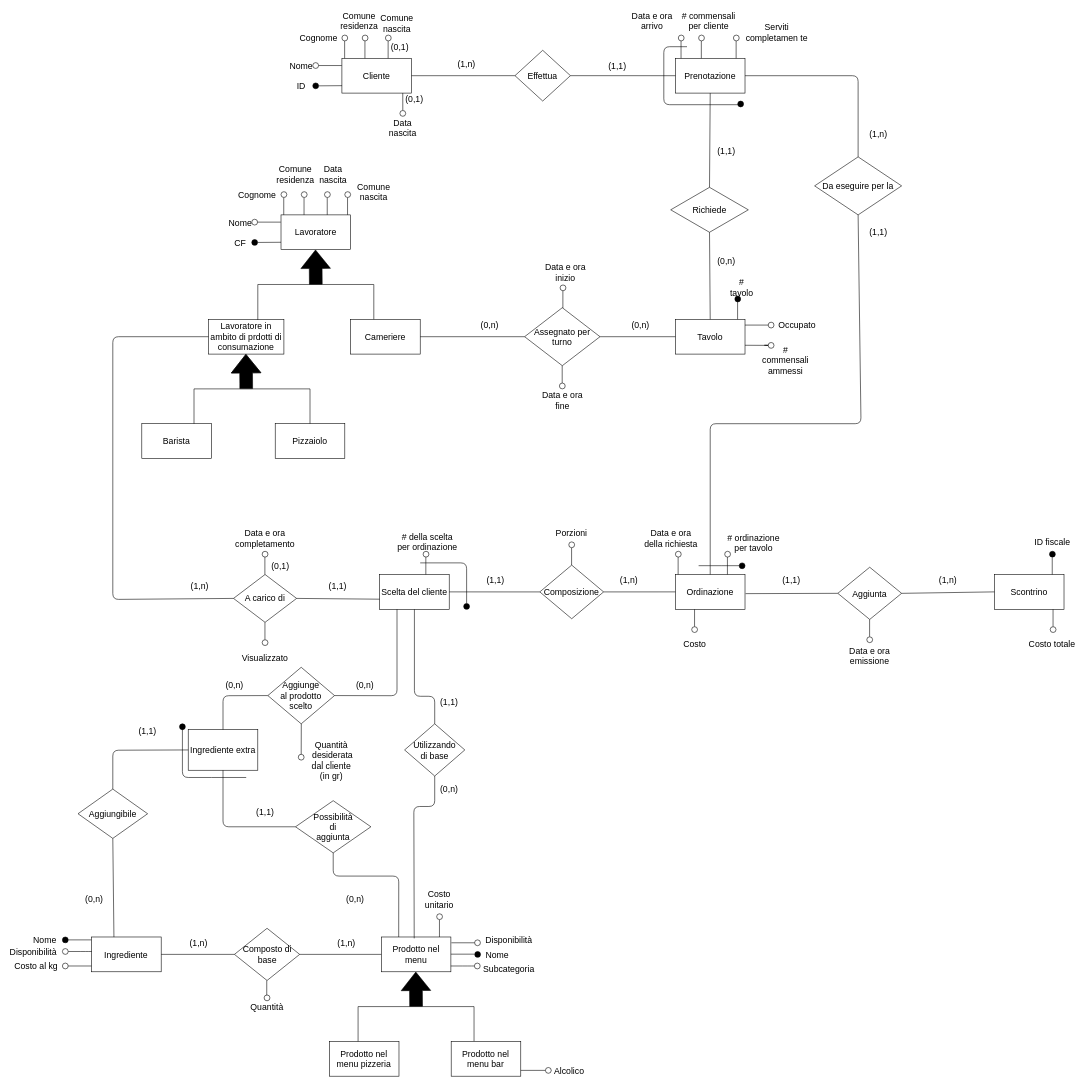
Earlier version of the draw.io diagram ERD/ERD_EditableDiagram.drawio (StefanoBelli/pizzeria). Source tidied: cells renumbered, new cells numbered last; positions are measured from the earlier drawing's top-left corner, leaving out a move shared by most shapes. Both pictures are drawn from the tidied source at 58%, with x=0, y=0 at pixel (10, 14).
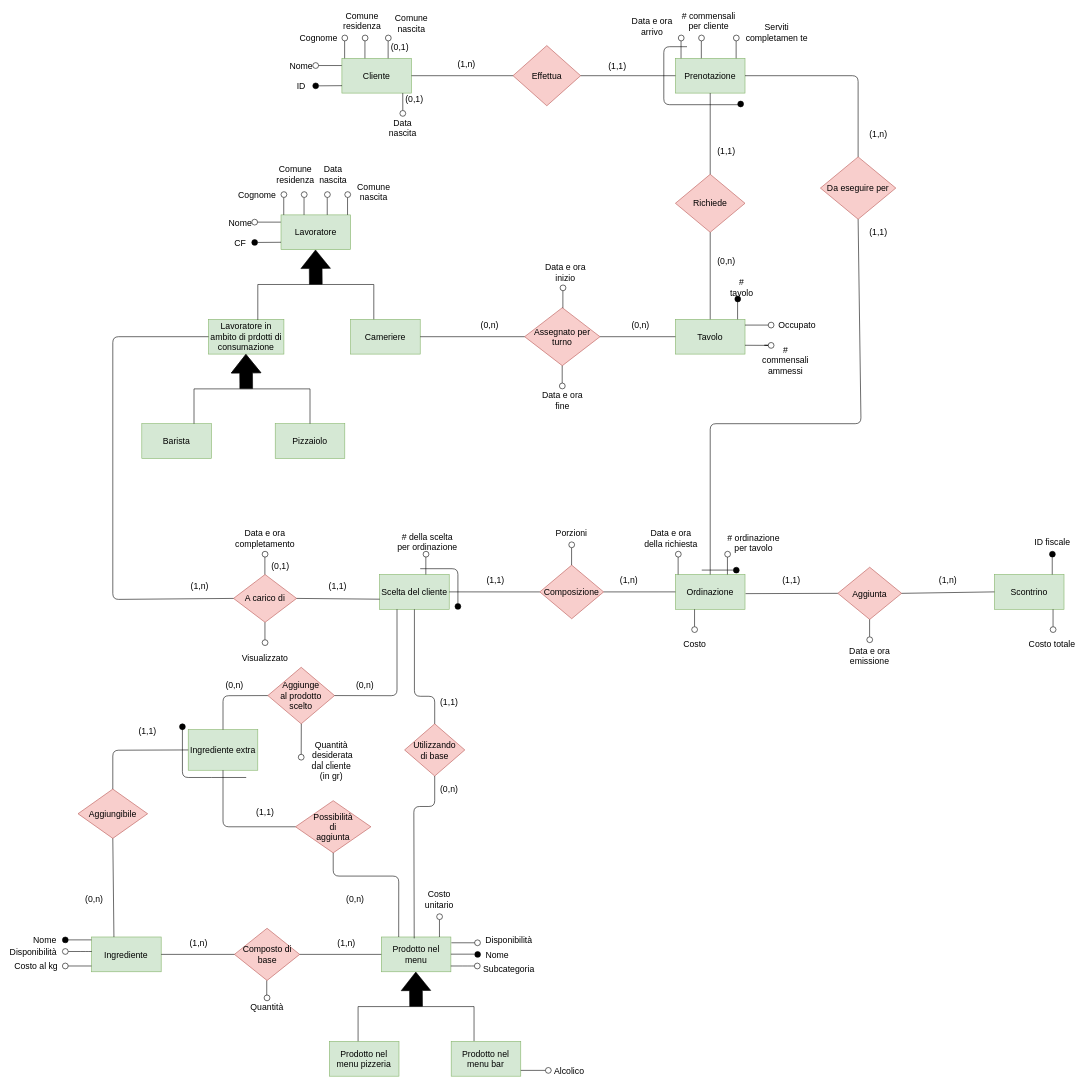
Above is the later version.

What changed in the source:
```diff
@@
-    <mxCell id="2" value="Cliente" style="rounded=0;whiteSpace=wrap;html=1;fontSize=15;" parent="1" vertex="1">
+    <mxCell id="2" value="Cliente" style="rounded=0;whiteSpace=wrap;html=1;fontSize=15;fillColor=#d5e8d4;strokeColor=#82b366;" parent="1" vertex="1">
       <mxGeometry x="572" y="75" width="120" height="60" as="geometry" />
     </mxCell>
-    <mxCell id="3" value="Effettua" style="rhombus;whiteSpace=wrap;html=1;fontSize=15;" parent="1" vertex="1">
-      <mxGeometry x="870.4" y="61.2" width="95.6" height="87.5" as="geometry" />
+    <mxCell id="3" value="Effettua" style="rhombus;whiteSpace=wrap;html=1;fontSize=15;fillColor=#f8cecc;strokeColor=#b85450;" parent="1" vertex="1">
+      <mxGeometry x="867" y="53.1" width="116.6" height="103.8" as="geometry" />
     </mxCell>
-    <mxCell id="4" value="Prenotazione" style="rounded=0;whiteSpace=wrap;html=1;strokeWidth=1;fontSize=15;" parent="1" vertex="1">
+    <mxCell id="4" value="Prenotazione" style="rounded=0;whiteSpace=wrap;html=1;strokeWidth=1;fontSize=15;fillColor=#d5e8d4;strokeColor=#82b366;" parent="1" vertex="1">
       <mxGeometry x="1147" y="75" width="120" height="60" as="geometry" />
     </mxCell>
-    <mxCell id="5" value="Richiede" style="rhombus;whiteSpace=wrap;html=1;fontSize=15;" parent="1" vertex="1">
-      <mxGeometry x="1138.9" y="297.5" width="133.8" height="77.5" as="geometry" />
+    <mxCell id="5" value="Richiede" style="rhombus;whiteSpace=wrap;html=1;fontSize=15;fillColor=#f8cecc;strokeColor=#b85450;" parent="1" vertex="1">
+      <mxGeometry x="1147" y="275" width="120" height="100" as="geometry" />
     </mxCell>
-    <mxCell id="6" value="Tavolo" style="rounded=0;whiteSpace=wrap;html=1;fontSize=15;" parent="1" vertex="1">
+    <mxCell id="6" value="Tavolo" style="rounded=0;whiteSpace=wrap;html=1;fontSize=15;fillColor=#d5e8d4;strokeColor=#82b366;" parent="1" vertex="1">
       <mxGeometry x="1147" y="525" width="120" height="60" as="geometry" />
     </mxCell>
-    <mxCell id="7" value="Assegnato per turno" style="rhombus;whiteSpace=wrap;html=1;fontSize=15;" parent="1" vertex="1">
+    <mxCell id="7" value="Assegnato per turno" style="rhombus;whiteSpace=wrap;html=1;fontSize=15;fillColor=#f8cecc;strokeColor=#b85450;" parent="1" vertex="1">
       <mxGeometry x="887" y="505" width="130" height="100" as="geometry" />
     </mxCell>
-    <mxCell id="8" value="Cameriere" style="rounded=0;whiteSpace=wrap;html=1;fontSize=15;" parent="1" vertex="1">
+    <mxCell id="8" value="Cameriere" style="rounded=0;whiteSpace=wrap;html=1;fontSize=15;fillColor=#d5e8d4;strokeColor=#82b366;" parent="1" vertex="1">
       <mxGeometry x="587" y="525" width="120" height="60" as="geometry" />
     </mxCell>
-    <mxCell id="9" value="Lavoratore" style="rounded=0;whiteSpace=wrap;html=1;fontSize=15;" parent="1" vertex="1">
+    <mxCell id="9" value="Lavoratore" style="rounded=0;whiteSpace=wrap;html=1;fontSize=15;fillColor=#d5e8d4;strokeColor=#82b366;" parent="1" vertex="1">
       <mxGeometry x="467" y="345" width="120" height="60" as="geometry" />
     </mxCell>
-    <mxCell id="10" value="Lavoratore in ambito di prdotti di consumazione" style="rounded=0;whiteSpace=wrap;html=1;fontSize=15;" parent="1" vertex="1">
+    <mxCell id="10" value="Lavoratore in ambito di prdotti di consumazione" style="rounded=0;whiteSpace=wrap;html=1;fontSize=15;fillColor=#d5e8d4;strokeColor=#82b366;" parent="1" vertex="1">
       <mxGeometry x="342" y="525" width="130" height="60" as="geometry" />
     </mxCell>
-    <mxCell id="11" value="Barista" style="rounded=0;whiteSpace=wrap;html=1;fontSize=15;" parent="1" vertex="1">
+    <mxCell id="11" value="Barista" style="rounded=0;whiteSpace=wrap;html=1;fontSize=15;fillColor=#d5e8d4;strokeColor=#82b366;" parent="1" vertex="1">
       <mxGeometry x="227" y="705" width="120" height="60" as="geometry" />
     </mxCell>
-    <mxCell id="12" value="Pizzaiolo" style="rounded=0;whiteSpace=wrap;html=1;fontSize=15;" parent="1" vertex="1">
+    <mxCell id="12" value="Pizzaiolo" style="rounded=0;whiteSpace=wrap;html=1;fontSize=15;fillColor=#d5e8d4;strokeColor=#82b366;" parent="1" vertex="1">
       <mxGeometry x="457" y="705" width="120" height="60" as="geometry" />
     </mxCell>
@@
-    <mxCell id="27" value="&lt;div&gt;Da eseguire per la&lt;/div&gt;" style="rhombus;whiteSpace=wrap;html=1;fontSize=15;" parent="1" vertex="1">
-      <mxGeometry x="1387" y="245" width="150" height="100" as="geometry" />
+    <mxCell id="27" value="&lt;div&gt;Da eseguire per &lt;br&gt;&lt;/div&gt;" style="rhombus;whiteSpace=wrap;html=1;fontSize=15;fillColor=#f8cecc;strokeColor=#b85450;" parent="1" vertex="1">
+      <mxGeometry x="1397" y="245" width="130" height="107.5" as="geometry" />
     </mxCell>
-    <mxCell id="28" value="Ordinazione" style="rounded=0;whiteSpace=wrap;html=1;strokeWidth=1;fontSize=15;" parent="1" vertex="1">
+    <mxCell id="28" value="Ordinazione" style="rounded=0;whiteSpace=wrap;html=1;strokeWidth=1;fontSize=15;fillColor=#d5e8d4;strokeColor=#82b366;" parent="1" vertex="1">
       <mxGeometry x="1147" y="965" width="120" height="60" as="geometry" />
     </mxCell>
@@
-    <mxCell id="30" value="&lt;div style=&quot;font-size: 15px;&quot;&gt;Aggiunta&lt;/div&gt;" style="rhombus;whiteSpace=wrap;html=1;fontSize=15;" parent="1" vertex="1">
+    <mxCell id="30" value="&lt;div style=&quot;font-size: 15px;&quot;&gt;Aggiunta&lt;/div&gt;" style="rhombus;whiteSpace=wrap;html=1;fontSize=15;fillColor=#f8cecc;strokeColor=#b85450;" parent="1" vertex="1">
       <mxGeometry x="1427" y="952.5" width="110" height="90" as="geometry" />
     </mxCell>
-    <mxCell id="31" value="Scontrino" style="rounded=0;whiteSpace=wrap;html=1;strokeWidth=1;fontSize=15;" parent="1" vertex="1">
+    <mxCell id="31" value="Scontrino" style="rounded=0;whiteSpace=wrap;html=1;strokeWidth=1;fontSize=15;fillColor=#d5e8d4;strokeColor=#82b366;" parent="1" vertex="1">
       <mxGeometry x="1697" y="965" width="120" height="60" as="geometry" />
     </mxCell>
@@
-    <mxCell id="33" value="Scelta del cliente" style="rounded=0;whiteSpace=wrap;html=1;strokeWidth=1;fontSize=15;" parent="1" vertex="1">
+    <mxCell id="33" value="Scelta del cliente" style="rounded=0;whiteSpace=wrap;html=1;strokeWidth=1;fontSize=15;fillColor=#d5e8d4;strokeColor=#82b366;" parent="1" vertex="1">
       <mxGeometry x="637" y="965" width="120" height="60" as="geometry" />
     </mxCell>
-    <mxCell id="34" value="&lt;div style=&quot;font-size: 15px;&quot;&gt;Composizione&lt;/div&gt;" style="rhombus;whiteSpace=wrap;html=1;fontSize=15;" parent="1" vertex="1">
+    <mxCell id="34" value="&lt;div style=&quot;font-size: 15px;&quot;&gt;Composizione&lt;/div&gt;" style="rhombus;whiteSpace=wrap;html=1;fontSize=15;fillColor=#f8cecc;strokeColor=#b85450;" parent="1" vertex="1">
       <mxGeometry x="913.2" y="948.8" width="110" height="92.5" as="geometry" />
     </mxCell>
-    <mxCell id="35" value="A carico di" style="rhombus;whiteSpace=wrap;html=1;fontSize=15;" parent="1" vertex="1">
+    <mxCell id="35" value="A carico di" style="rhombus;whiteSpace=wrap;html=1;fontSize=15;fillColor=#f8cecc;strokeColor=#b85450;" parent="1" vertex="1">
       <mxGeometry x="385.1" y="965" width="108.8" height="82.5" as="geometry" />
     </mxCell>
@@
-    <mxCell id="40" value="Utilizzando&lt;br&gt;di base" style="rhombus;whiteSpace=wrap;html=1;fontSize=15;" parent="1" vertex="1">
+    <mxCell id="40" value="Utilizzando&lt;br&gt;di base" style="rhombus;whiteSpace=wrap;html=1;fontSize=15;fillColor=#f8cecc;strokeColor=#b85450;" parent="1" vertex="1">
       <mxGeometry x="680.1" y="1222.5" width="103.8" height="90" as="geometry" />
     </mxCell>
-    <mxCell id="41" value="Prodotto nel menu" style="rounded=0;whiteSpace=wrap;html=1;fontSize=15;" parent="1" vertex="1">
+    <mxCell id="41" value="Prodotto nel menu" style="rounded=0;whiteSpace=wrap;html=1;fontSize=15;fillColor=#d5e8d4;strokeColor=#82b366;" parent="1" vertex="1">
       <mxGeometry x="639.9" y="1590" width="120" height="60" as="geometry" />
     </mxCell>
@@
-    <mxCell id="46" value="Prodotto nel menu pizzeria" style="rounded=0;whiteSpace=wrap;html=1;fontSize=15;" parent="1" vertex="1">
+    <mxCell id="46" value="Prodotto nel menu pizzeria" style="rounded=0;whiteSpace=wrap;html=1;fontSize=15;fillColor=#d5e8d4;strokeColor=#82b366;" parent="1" vertex="1">
       <mxGeometry x="550.4" y="1770" width="120" height="60" as="geometry" />
     </mxCell>
-    <mxCell id="47" value="Prodotto nel menu bar" style="rounded=0;whiteSpace=wrap;html=1;fontSize=15;" parent="1" vertex="1">
+    <mxCell id="47" value="Prodotto nel menu bar" style="rounded=0;whiteSpace=wrap;html=1;fontSize=15;fillColor=#d5e8d4;strokeColor=#82b366;" parent="1" vertex="1">
       <mxGeometry x="760.4" y="1770" width="120" height="60" as="geometry" />
     </mxCell>
@@
-    <mxCell id="50" value="Ingrediente" style="rounded=0;whiteSpace=wrap;html=1;fontSize=15;" parent="1" vertex="1">
+    <mxCell id="50" value="Ingrediente" style="rounded=0;whiteSpace=wrap;html=1;fontSize=15;fillColor=#d5e8d4;strokeColor=#82b366;" parent="1" vertex="1">
       <mxGeometry x="140.4" y="1590" width="120" height="60" as="geometry" />
     </mxCell>
-    <mxCell id="51" value="&lt;div style=&quot;font-size: 15px;&quot;&gt;Composto di base&lt;br style=&quot;font-size: 15px;&quot;&gt;&lt;/div&gt;" style="rhombus;whiteSpace=wrap;html=1;fontSize=15;" parent="1" vertex="1">
+    <mxCell id="51" value="&lt;div style=&quot;font-size: 15px;&quot;&gt;Composto di base&lt;br style=&quot;font-size: 15px;&quot;&gt;&lt;/div&gt;" style="rhombus;whiteSpace=wrap;html=1;fontSize=15;fillColor=#f8cecc;strokeColor=#b85450;" parent="1" vertex="1">
       <mxGeometry x="386.7" y="1575" width="112.5" height="90" as="geometry" />
     </mxCell>
-    <mxCell id="52" value="Aggiungibile" style="rhombus;whiteSpace=wrap;html=1;fontSize=15;" parent="1" vertex="1">
+    <mxCell id="52" value="Aggiungibile" style="rhombus;whiteSpace=wrap;html=1;fontSize=15;fillColor=#f8cecc;strokeColor=#b85450;" parent="1" vertex="1">
       <mxGeometry x="117" y="1335" width="120" height="85" as="geometry" />
     </mxCell>
@@
     <mxCell id="60" value="Comune residenza" style="text;html=1;strokeColor=none;fillColor=none;align=center;verticalAlign=middle;whiteSpace=wrap;rounded=0;fontSize=15;" parent="1" vertex="1">
-      <mxGeometry x="582" width="40" height="20" as="geometry" />
+      <mxGeometry x="587" width="40" height="20" as="geometry" />
     </mxCell>
@@
     <mxCell id="63" value="Comune nascita" style="text;html=1;strokeColor=none;fillColor=none;align=center;verticalAlign=middle;whiteSpace=wrap;rounded=0;fontSize=15;" parent="1" vertex="1">
-      <mxGeometry x="647" y="10" width="40" height="10" as="geometry" />
+      <mxGeometry x="672" y="10" width="40" height="10" as="geometry" />
     </mxCell>
@@
     <mxCell id="78" value="&lt;div&gt;Data e ora arrivo&lt;/div&gt;" style="text;html=1;strokeColor=none;fillColor=none;align=center;verticalAlign=middle;whiteSpace=wrap;rounded=0;fontSize=15;" parent="1" vertex="1">
-      <mxGeometry x="1057" width="100" height="20" as="geometry" />
+      <mxGeometry x="1057" y="10" width="100" height="20" as="geometry" />
     </mxCell>
@@
-    <mxCell id="141" style="endArrow=none;html=1;fillColor=#000000;fontSize=15;" parent="1" edge="1">
-      <mxGeometry relative="1" as="geometry">
-        <mxPoint x="1187" y="949.8" as="sourcePoint" />
-        <mxPoint x="1257" y="949.8" as="targetPoint" />
-        <Array as="points">
-          <mxPoint x="1217" y="949.8" />
-        </Array>
-      </mxGeometry>
-    </mxCell>
-    <mxCell id="142" style="ellipse;whiteSpace=wrap;html=1;fillColor=#000000;fontSize=15;" parent="1" vertex="1">
-      <mxGeometry x="1257" y="945" width="10" height="10" as="geometry" />
-    </mxCell>
@@
-    <mxCell id="150" style="endArrow=none;html=1;fillColor=#000000;fontSize=15;" parent="1" edge="1">
+    <mxCell id="150" style="endArrow=none;html=1;fillColor=#000000;fontSize=15;entryX=0.5;entryY=0;entryDx=0;entryDy=0;" parent="1" edge="1" target="151">
       <mxGeometry relative="1" as="geometry">
-        <mxPoint x="707" y="945" as="sourcePoint" />
-        <mxPoint x="787" y="1015" as="targetPoint" />
+        <mxPoint x="707" y="955" as="sourcePoint" />
         <Array as="points">
-          <mxPoint x="787" y="945" />
+          <mxPoint x="772" y="955" />
         </Array>
       </mxGeometry>
     </mxCell>
     <mxCell id="151" style="ellipse;whiteSpace=wrap;html=1;fillColor=#000000;fontSize=15;" parent="1" vertex="1">
-      <mxGeometry x="782" y="1015" width="10" height="10" as="geometry" />
+      <mxGeometry x="767" y="1015" width="10" height="10" as="geometry" />
     </mxCell>
@@
-    <mxCell id="202" value="Possibilità&lt;br&gt;di&lt;br&gt;aggiunta" style="rhombus;whiteSpace=wrap;html=1;fontSize=15;" parent="1" vertex="1">
+    <mxCell id="202" value="Possibilità&lt;br&gt;di&lt;br&gt;aggiunta" style="rhombus;whiteSpace=wrap;html=1;fontSize=15;fillColor=#f8cecc;strokeColor=#b85450;" parent="1" vertex="1">
       <mxGeometry x="492" y="1355" width="130" height="90" as="geometry" />
     </mxCell>
-    <mxCell id="203" value="&lt;font style=&quot;font-size: 15px&quot;&gt;Ingrediente extra&lt;/font&gt;" style="rounded=0;whiteSpace=wrap;html=1;" parent="1" vertex="1">
+    <mxCell id="203" value="&lt;font style=&quot;font-size: 15px&quot;&gt;Ingrediente extra&lt;/font&gt;" style="rounded=0;whiteSpace=wrap;html=1;fillColor=#d5e8d4;strokeColor=#82b366;" parent="1" vertex="1">
       <mxGeometry x="307" y="1232.5" width="120" height="70" as="geometry" />
     </mxCell>
@@
-    <mxCell id="210" value="&lt;font style=&quot;font-size: 15px&quot;&gt;Aggiunge&lt;br&gt;al prodotto&lt;br&gt;scelto&lt;/font&gt;" style="rhombus;whiteSpace=wrap;html=1;" parent="1" vertex="1">
+    <mxCell id="210" value="&lt;font style=&quot;font-size: 15px&quot;&gt;Aggiunge&lt;br&gt;al prodotto&lt;br&gt;scelto&lt;/font&gt;" style="rhombus;whiteSpace=wrap;html=1;fillColor=#f8cecc;strokeColor=#b85450;" parent="1" vertex="1">
       <mxGeometry x="444.3" y="1125" width="115" height="97.5" as="geometry" />
     </mxCell>
@@
+    <mxCell id="227" style="endArrow=none;html=1;" parent="1" edge="1">
+      <mxGeometry relative="1" as="geometry">
+        <mxPoint x="1192.4" y="957.4" as="sourcePoint" />
+        <mxPoint x="1247" y="957.4" as="targetPoint" />
+        <Array as="points">
+          <mxPoint x="1227" y="957.4" />
+        </Array>
+      </mxGeometry>
+    </mxCell>
+    <mxCell id="228" style="ellipse;whiteSpace=wrap;html=1;fillColor=#000000;fontSize=15;" parent="1" vertex="1">
+      <mxGeometry x="1247" y="952.5" width="10" height="10" as="geometry" />
+    </mxCell>
```
